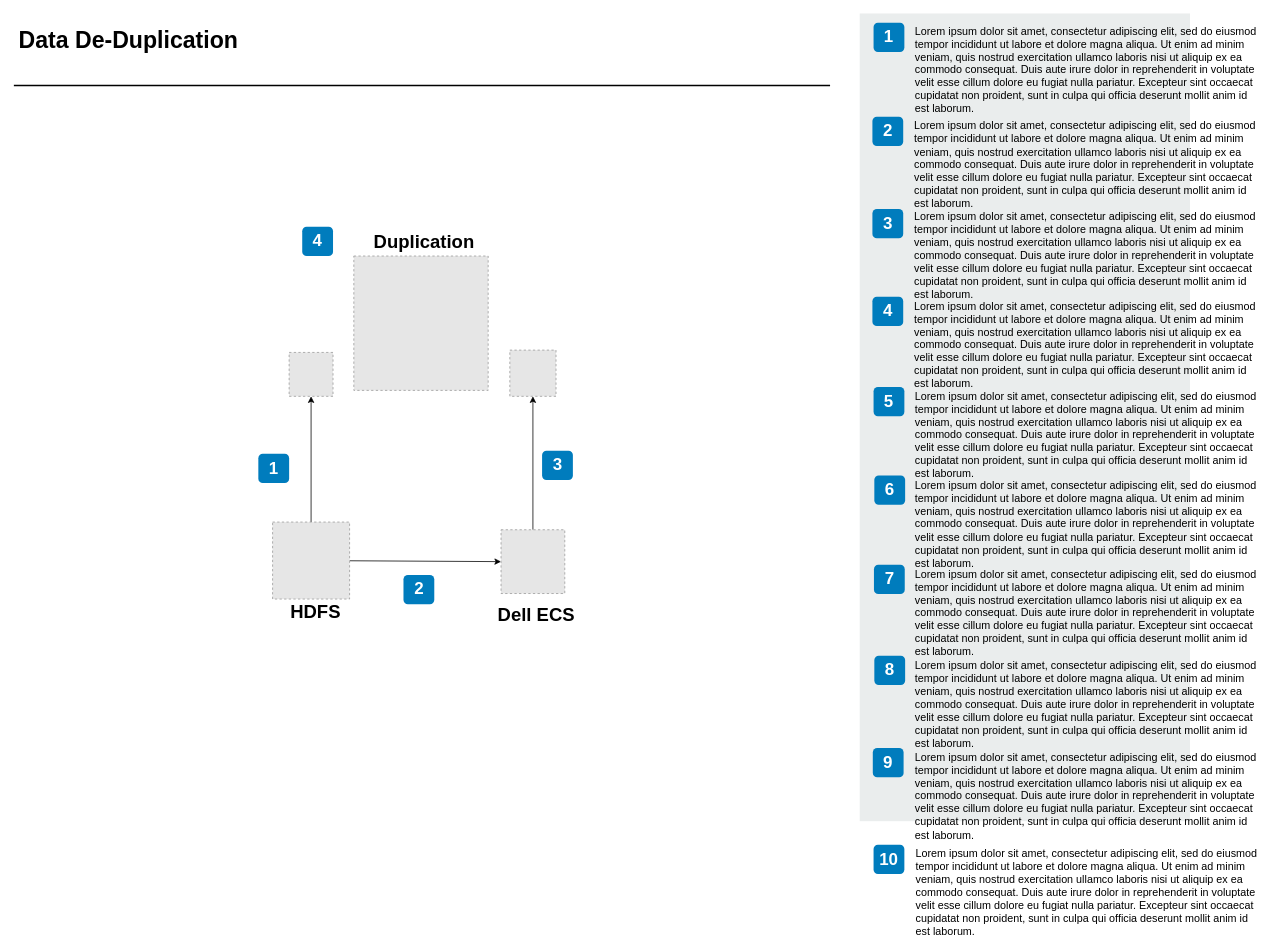
The draw.io diagram Untitled Diagram.drawio in Trevor-KS09/grg, before the edit. Source tidied: cells renumbered, new cells numbered last; positions are measured from the earlier drawing's top-left corner, leaving out a move shared by most shapes. Both pictures are drawn from the tidied source at 77%, with x=0, y=0 at pixel (13, 13). Pictures stored in the file or linked from it are replaced by grey dashed boxes.
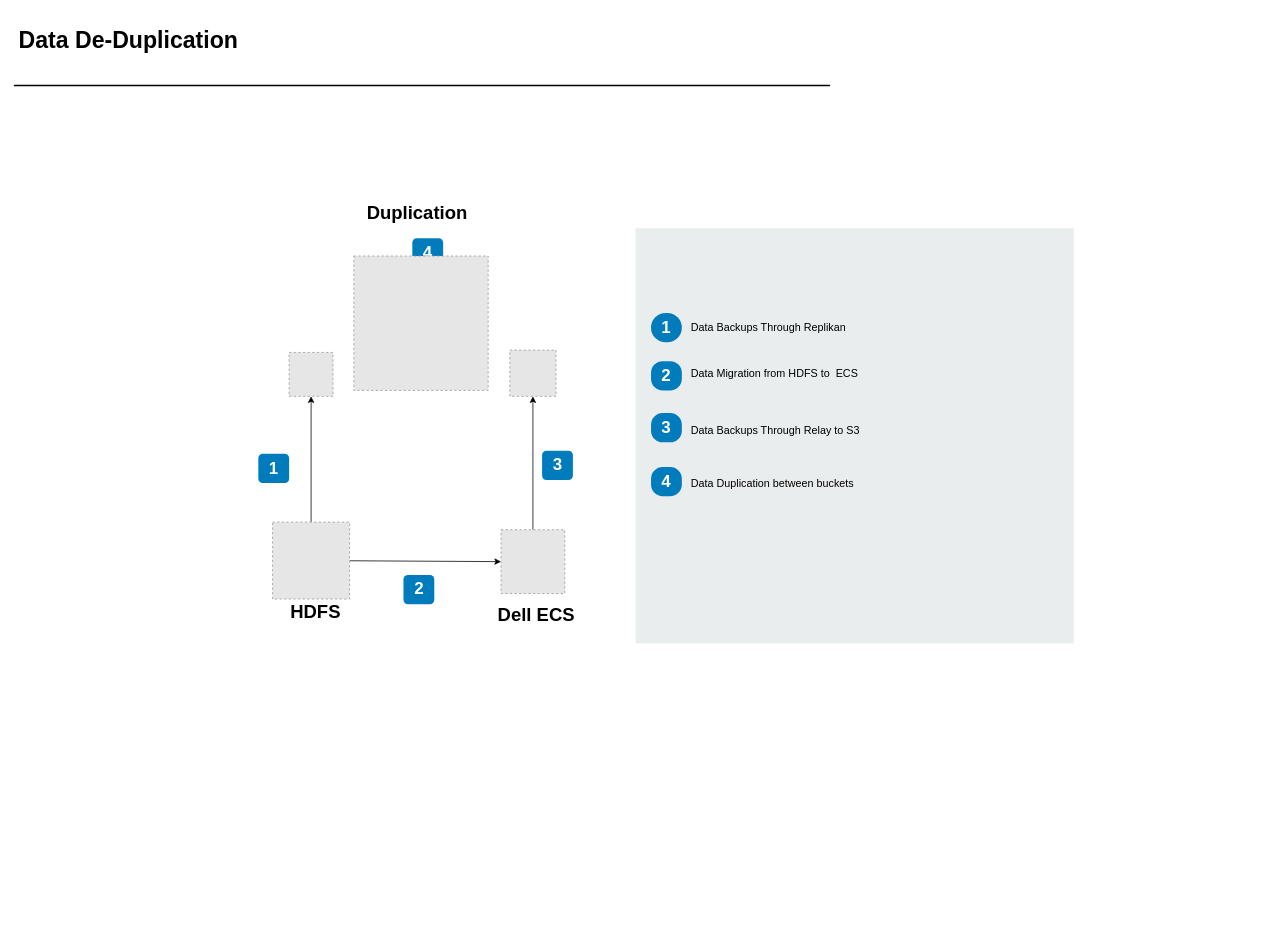
The same page after the edit.

The change refers to these unchanged cells:
```xml
<mxCell id="30" style="fillColor=#E6E6E6;strokeColor=#999999;dashed=1;verticalLabelPosition=bottom;labelBackgroundColor=default;verticalAlign=top;" parent="1" vertex="1">
  <mxGeometry x="358" y="440.2" width="57" height="57" as="geometry" />
</mxCell>
<mxCell id="33" style="fillColor=#E6E6E6;strokeColor=#999999;dashed=1;verticalLabelPosition=bottom;labelBackgroundColor=default;verticalAlign=top;" parent="1" vertex="1">
  <mxGeometry x="336.5" y="660.5" width="100" height="100" as="geometry" />
</mxCell>
```

What changed in the source:
```diff
@@
     <mxCell id="5" value="4" style="rounded=1;whiteSpace=wrap;html=1;fillColor=#007CBD;strokeColor=none;fontColor=#FFFFFF;fontStyle=1;fontSize=22;" parent="1" vertex="1">
-      <mxGeometry x="375" y="277" width="40" height="38" as="geometry" />
+      <mxGeometry x="518" y="292" width="40" height="38" as="geometry" />
     </mxCell>
@@
     <mxCell id="8" style="rounded=0;whiteSpace=wrap;html=1;fillColor=#EAEDED;fontSize=22;fontColor=#FFFFFF;strokeColor=none;labelBackgroundColor=none;" parent="1" vertex="1">
-      <mxGeometry x="1099" width="429" height="1049" as="geometry" />
+      <mxGeometry x="808" y="279" width="569" height="539" as="geometry" />
     </mxCell>
-    <mxCell id="9" value="1" style="rounded=1;whiteSpace=wrap;html=1;fillColor=#007CBD;strokeColor=none;fontColor=#FFFFFF;fontStyle=1;fontSize=22;labelBackgroundColor=none;" parent="1" vertex="1">
-      <mxGeometry x="1117" y="12" width="40" height="38" as="geometry" />
-    </mxCell>
-    <mxCell id="10" value="2" style="rounded=1;whiteSpace=wrap;html=1;fillColor=#007CBD;strokeColor=none;fontColor=#FFFFFF;fontStyle=1;fontSize=22;labelBackgroundColor=none;" parent="1" vertex="1">
-      <mxGeometry x="1115.5" y="134" width="40" height="38" as="geometry" />
-    </mxCell>
-    <mxCell id="11" value="3" style="rounded=1;whiteSpace=wrap;html=1;fillColor=#007CBD;strokeColor=none;fontColor=#FFFFFF;fontStyle=1;fontSize=22;labelBackgroundColor=none;" parent="1" vertex="1">
-      <mxGeometry x="1115.5" y="254" width="40" height="38" as="geometry" />
-    </mxCell>
-    <mxCell id="12" value="4" style="rounded=1;whiteSpace=wrap;html=1;fillColor=#007CBD;strokeColor=none;fontColor=#FFFFFF;fontStyle=1;fontSize=22;labelBackgroundColor=none;" parent="1" vertex="1">
-      <mxGeometry x="1115.5" y="368" width="40" height="38" as="geometry" />
-    </mxCell>
-    <mxCell id="13" value="5" style="rounded=1;whiteSpace=wrap;html=1;fillColor=#007CBD;strokeColor=none;fontColor=#FFFFFF;fontStyle=1;fontSize=22;labelBackgroundColor=none;" parent="1" vertex="1">
-      <mxGeometry x="1117" y="485" width="40" height="38" as="geometry" />
-    </mxCell>
-    <mxCell id="14" value="6" style="rounded=1;whiteSpace=wrap;html=1;fillColor=#007CBD;strokeColor=none;fontColor=#FFFFFF;fontStyle=1;fontSize=22;labelBackgroundColor=none;" parent="1" vertex="1">
-      <mxGeometry x="1118" y="600" width="40" height="38" as="geometry" />
-    </mxCell>
-    <mxCell id="15" value="7" style="rounded=1;whiteSpace=wrap;html=1;fillColor=#007CBD;strokeColor=none;fontColor=#FFFFFF;fontStyle=1;fontSize=22;labelBackgroundColor=none;" parent="1" vertex="1">
-      <mxGeometry x="1117.5" y="716" width="40" height="38" as="geometry" />
-    </mxCell>
-    <mxCell id="16" value="8" style="rounded=1;whiteSpace=wrap;html=1;fillColor=#007CBD;strokeColor=none;fontColor=#FFFFFF;fontStyle=1;fontSize=22;labelBackgroundColor=none;" parent="1" vertex="1">
-      <mxGeometry x="1118" y="834" width="40" height="38" as="geometry" />
-    </mxCell>
-    <mxCell id="17" value="9" style="rounded=1;whiteSpace=wrap;html=1;fillColor=#007CBD;strokeColor=none;fontColor=#FFFFFF;fontStyle=1;fontSize=22;labelBackgroundColor=none;" parent="1" vertex="1">
-      <mxGeometry x="1116" y="954" width="40" height="38" as="geometry" />
-    </mxCell>
-    <mxCell id="18" value="&lt;span&gt;Lorem ipsum dolor sit amet, consectetur adipiscing elit, sed do eiusmod tempor incididunt ut labore et dolore magna aliqua. Ut enim ad minim veniam, quis nostrud exercitation ullamco laboris nisi ut aliquip ex ea commodo consequat. Duis aute irure dolor in reprehenderit in voluptate velit esse cillum dolore eu fugiat nulla pariatur. Excepteur sint occaecat cupidatat non proident, sunt in culpa qui officia deserunt mollit anim id est laborum.&lt;/span&gt;&lt;br&gt;" style="text;html=1;align=left;verticalAlign=top;spacingTop=-4;fontSize=14;labelBackgroundColor=none;whiteSpace=wrap;" parent="1" vertex="1">
-      <mxGeometry x="1168.5" y="11.5" width="449" height="118" as="geometry" />
-    </mxCell>
-    <mxCell id="19" value="&lt;span&gt;Lorem ipsum dolor sit amet, consectetur adipiscing elit, sed do eiusmod tempor incididunt ut labore et dolore magna aliqua. Ut enim ad minim veniam, quis nostrud exercitation ullamco laboris nisi ut aliquip ex ea commodo consequat. Duis aute irure dolor in reprehenderit in voluptate velit esse cillum dolore eu fugiat nulla pariatur. Excepteur sint occaecat cupidatat non proident, sunt in culpa qui officia deserunt mollit anim id est laborum.&lt;/span&gt;&lt;br&gt;" style="text;html=1;align=left;verticalAlign=top;spacingTop=-4;fontSize=14;labelBackgroundColor=none;whiteSpace=wrap;" parent="1" vertex="1">
-      <mxGeometry x="1167.5" y="134.5" width="450" height="115" as="geometry" />
+    <mxCell id="19" value="Data Backups Through Replikan&amp;nbsp;" style="text;html=1;align=left;verticalAlign=top;spacingTop=-4;fontSize=14;labelBackgroundColor=none;whiteSpace=wrap;" parent="1" vertex="1">
+      <mxGeometry x="877.5" y="397.2" width="430" height="41.2" as="geometry" />
     </mxCell>
-    <mxCell id="20" value="&lt;span&gt;Lorem ipsum dolor sit amet, consectetur adipiscing elit, sed do eiusmod tempor incididunt ut labore et dolore magna aliqua. Ut enim ad minim veniam, quis nostrud exercitation ullamco laboris nisi ut aliquip ex ea commodo consequat. Duis aute irure dolor in reprehenderit in voluptate velit esse cillum dolore eu fugiat nulla pariatur. Excepteur sint occaecat cupidatat non proident, sunt in culpa qui officia deserunt mollit anim id est laborum.&lt;/span&gt;&lt;br&gt;" style="text;html=1;align=left;verticalAlign=top;spacingTop=-4;fontSize=14;labelBackgroundColor=none;whiteSpace=wrap;" parent="1" vertex="1">
-      <mxGeometry x="1167.5" y="252.5" width="450" height="117" as="geometry" />
-    </mxCell>
-    <mxCell id="21" value="&lt;span&gt;Lorem ipsum dolor sit amet, consectetur adipiscing elit, sed do eiusmod tempor incididunt ut labore et dolore magna aliqua. Ut enim ad minim veniam, quis nostrud exercitation ullamco laboris nisi ut aliquip ex ea commodo consequat. Duis aute irure dolor in reprehenderit in voluptate velit esse cillum dolore eu fugiat nulla pariatur. Excepteur sint occaecat cupidatat non proident, sunt in culpa qui officia deserunt mollit anim id est laborum.&lt;/span&gt;&lt;br&gt;" style="text;html=1;align=left;verticalAlign=top;spacingTop=-4;fontSize=14;labelBackgroundColor=none;whiteSpace=wrap;" parent="1" vertex="1">
-      <mxGeometry x="1167.5" y="368.5" width="450" height="121" as="geometry" />
-    </mxCell>
-    <mxCell id="22" value="&lt;span&gt;Lorem ipsum dolor sit amet, consectetur adipiscing elit, sed do eiusmod tempor incididunt ut labore et dolore magna aliqua. Ut enim ad minim veniam, quis nostrud exercitation ullamco laboris nisi ut aliquip ex ea commodo consequat. Duis aute irure dolor in reprehenderit in voluptate velit esse cillum dolore eu fugiat nulla pariatur. Excepteur sint occaecat cupidatat non proident, sunt in culpa qui officia deserunt mollit anim id est laborum.&lt;/span&gt;&lt;br&gt;" style="text;html=1;align=left;verticalAlign=top;spacingTop=-4;fontSize=14;labelBackgroundColor=none;whiteSpace=wrap;" parent="1" vertex="1">
-      <mxGeometry x="1168.5" y="485.5" width="449" height="114" as="geometry" />
-    </mxCell>
-    <mxCell id="23" value="&lt;span&gt;Lorem ipsum dolor sit amet, consectetur adipiscing elit, sed do eiusmod tempor incididunt ut labore et dolore magna aliqua. Ut enim ad minim veniam, quis nostrud exercitation ullamco laboris nisi ut aliquip ex ea commodo consequat. Duis aute irure dolor in reprehenderit in voluptate velit esse cillum dolore eu fugiat nulla pariatur. Excepteur sint occaecat cupidatat non proident, sunt in culpa qui officia deserunt mollit anim id est laborum.&lt;/span&gt;&lt;br&gt;" style="text;html=1;align=left;verticalAlign=top;spacingTop=-4;fontSize=14;labelBackgroundColor=none;whiteSpace=wrap;" parent="1" vertex="1">
-      <mxGeometry x="1168.5" y="601.5" width="450" height="118" as="geometry" />
-    </mxCell>
-    <mxCell id="24" value="&lt;span&gt;Lorem ipsum dolor sit amet, consectetur adipiscing elit, sed do eiusmod tempor incididunt ut labore et dolore magna aliqua. Ut enim ad minim veniam, quis nostrud exercitation ullamco laboris nisi ut aliquip ex ea commodo consequat. Duis aute irure dolor in reprehenderit in voluptate velit esse cillum dolore eu fugiat nulla pariatur. Excepteur sint occaecat cupidatat non proident, sunt in culpa qui officia deserunt mollit anim id est laborum.&lt;/span&gt;&lt;br&gt;" style="text;html=1;align=left;verticalAlign=top;spacingTop=-4;fontSize=14;labelBackgroundColor=none;whiteSpace=wrap;" parent="1" vertex="1">
-      <mxGeometry x="1168.5" y="716.5" width="449" height="113" as="geometry" />
-    </mxCell>
-    <mxCell id="25" value="&lt;span&gt;Lorem ipsum dolor sit amet, consectetur adipiscing elit, sed do eiusmod tempor incididunt ut labore et dolore magna aliqua. Ut enim ad minim veniam, quis nostrud exercitation ullamco laboris nisi ut aliquip ex ea commodo consequat. Duis aute irure dolor in reprehenderit in voluptate velit esse cillum dolore eu fugiat nulla pariatur. Excepteur sint occaecat cupidatat non proident, sunt in culpa qui officia deserunt mollit anim id est laborum.&lt;/span&gt;&lt;br&gt;" style="text;html=1;align=left;verticalAlign=top;spacingTop=-4;fontSize=14;labelBackgroundColor=none;whiteSpace=wrap;" parent="1" vertex="1">
-      <mxGeometry x="1168.5" y="835.5" width="449" height="124" as="geometry" />
-    </mxCell>
-    <mxCell id="26" value="&lt;span&gt;Lorem ipsum dolor sit amet, consectetur adipiscing elit, sed do eiusmod tempor incididunt ut labore et dolore magna aliqua. Ut enim ad minim veniam, quis nostrud exercitation ullamco laboris nisi ut aliquip ex ea commodo consequat. Duis aute irure dolor in reprehenderit in voluptate velit esse cillum dolore eu fugiat nulla pariatur. Excepteur sint occaecat cupidatat non proident, sunt in culpa qui officia deserunt mollit anim id est laborum.&lt;/span&gt;&lt;br&gt;" style="text;html=1;align=left;verticalAlign=top;spacingTop=-4;fontSize=14;labelBackgroundColor=none;whiteSpace=wrap;" parent="1" vertex="1">
-      <mxGeometry x="1168.5" y="954.5" width="449" height="115" as="geometry" />
-    </mxCell>
-    <mxCell id="27" value="10" style="rounded=1;whiteSpace=wrap;html=1;fillColor=#007CBD;strokeColor=none;fontColor=#FFFFFF;fontStyle=1;fontSize=22;labelBackgroundColor=none;" parent="1" vertex="1">
-      <mxGeometry x="1117" y="1079.5" width="40" height="38" as="geometry" />
-    </mxCell>
-    <mxCell id="28" value="&lt;span&gt;Lorem ipsum dolor sit amet, consectetur adipiscing elit, sed do eiusmod tempor incididunt ut labore et dolore magna aliqua. Ut enim ad minim veniam, quis nostrud exercitation ullamco laboris nisi ut aliquip ex ea commodo consequat. Duis aute irure dolor in reprehenderit in voluptate velit esse cillum dolore eu fugiat nulla pariatur. Excepteur sint occaecat cupidatat non proident, sunt in culpa qui officia deserunt mollit anim id est laborum.&lt;/span&gt;&lt;br&gt;" style="text;html=1;align=left;verticalAlign=top;spacingTop=-4;fontSize=14;labelBackgroundColor=none;whiteSpace=wrap;" parent="1" vertex="1">
-      <mxGeometry x="1169.5" y="1080" width="449" height="115" as="geometry" />
-    </mxCell>
@@
-    <mxCell id="32" style="edgeStyle=none;rounded=0;jettySize=auto;html=1;entryX=0.5;entryY=1;entryDx=0;entryDy=0;" parent="1" edge="1" source="33" target="30">
+    <mxCell id="32" style="edgeStyle=none;rounded=0;jettySize=auto;html=1;entryX=0.5;entryY=1;entryDx=0;entryDy=0;fillColor=#0000FF;" parent="1" edge="1" source="33" target="30">
       <mxGeometry relative="1" as="geometry" />
     </mxCell>
@@
     <mxCell id="40" value="&lt;span style=&quot;font-size: 24px;&quot;&gt;&lt;b&gt;Duplication&lt;/b&gt;&lt;/span&gt;" style="text;html=1;align=center;verticalAlign=middle;strokeColor=none;fillColor=none;" parent="1" vertex="1">
-      <mxGeometry x="458" y="277" width="150" height="40" as="geometry" />
+      <mxGeometry x="448.8" y="239" width="150" height="40" as="geometry" />
     </mxCell>
+    <mxCell id="9" value="1" style="rounded=1;whiteSpace=wrap;html=1;fillColor=#007CBD;strokeColor=none;fontColor=#FFFFFF;fontStyle=1;fontSize=22;arcSize=50;" parent="1" vertex="1">
+      <mxGeometry x="828" y="389" width="40" height="38" as="geometry" />
+    </mxCell>
+    <mxCell id="10" value="2" style="rounded=1;whiteSpace=wrap;html=1;fillColor=#007CBD;strokeColor=none;fontColor=#FFFFFF;fontStyle=1;fontSize=22;arcSize=40;" parent="1" vertex="1">
+      <mxGeometry x="828" y="451.5" width="40" height="38" as="geometry" />
+    </mxCell>
+    <mxCell id="11" value="3" style="rounded=1;whiteSpace=wrap;html=1;fillColor=#007CBD;strokeColor=none;fontColor=#FFFFFF;fontStyle=1;fontSize=22;arcSize=40;" parent="1" vertex="1">
+      <mxGeometry x="828" y="519" width="40" height="38" as="geometry" />
+    </mxCell>
+    <mxCell id="41" value="Data Migration from HDFS to&amp;nbsp; ECS&amp;nbsp;" style="text;html=1;align=left;verticalAlign=top;spacingTop=-4;fontSize=14;labelBackgroundColor=none;whiteSpace=wrap;" parent="1" vertex="1">
+      <mxGeometry x="877.5" y="456" width="430" height="41.2" as="geometry" />
+    </mxCell>
+    <mxCell id="42" value="Data Backups Through Relay to S3" style="text;html=1;align=left;verticalAlign=top;spacingTop=-4;fontSize=14;labelBackgroundColor=none;whiteSpace=wrap;" parent="1" vertex="1">
+      <mxGeometry x="877.5" y="530.5" width="430" height="41.2" as="geometry" />
+    </mxCell>
+    <mxCell id="12" value="4" style="rounded=1;whiteSpace=wrap;html=1;fillColor=#007CBD;strokeColor=none;fontColor=#FFFFFF;fontStyle=1;fontSize=22;arcSize=40;" parent="1" vertex="1">
+      <mxGeometry x="828" y="589" width="40" height="38" as="geometry" />
+    </mxCell>
+    <mxCell id="43" value="Data Duplication between buckets" style="text;html=1;align=left;verticalAlign=top;spacingTop=-4;fontSize=14;labelBackgroundColor=none;whiteSpace=wrap;" parent="1" vertex="1">
+      <mxGeometry x="877.5" y="599" width="430" height="41.2" as="geometry" />
+    </mxCell>
```
